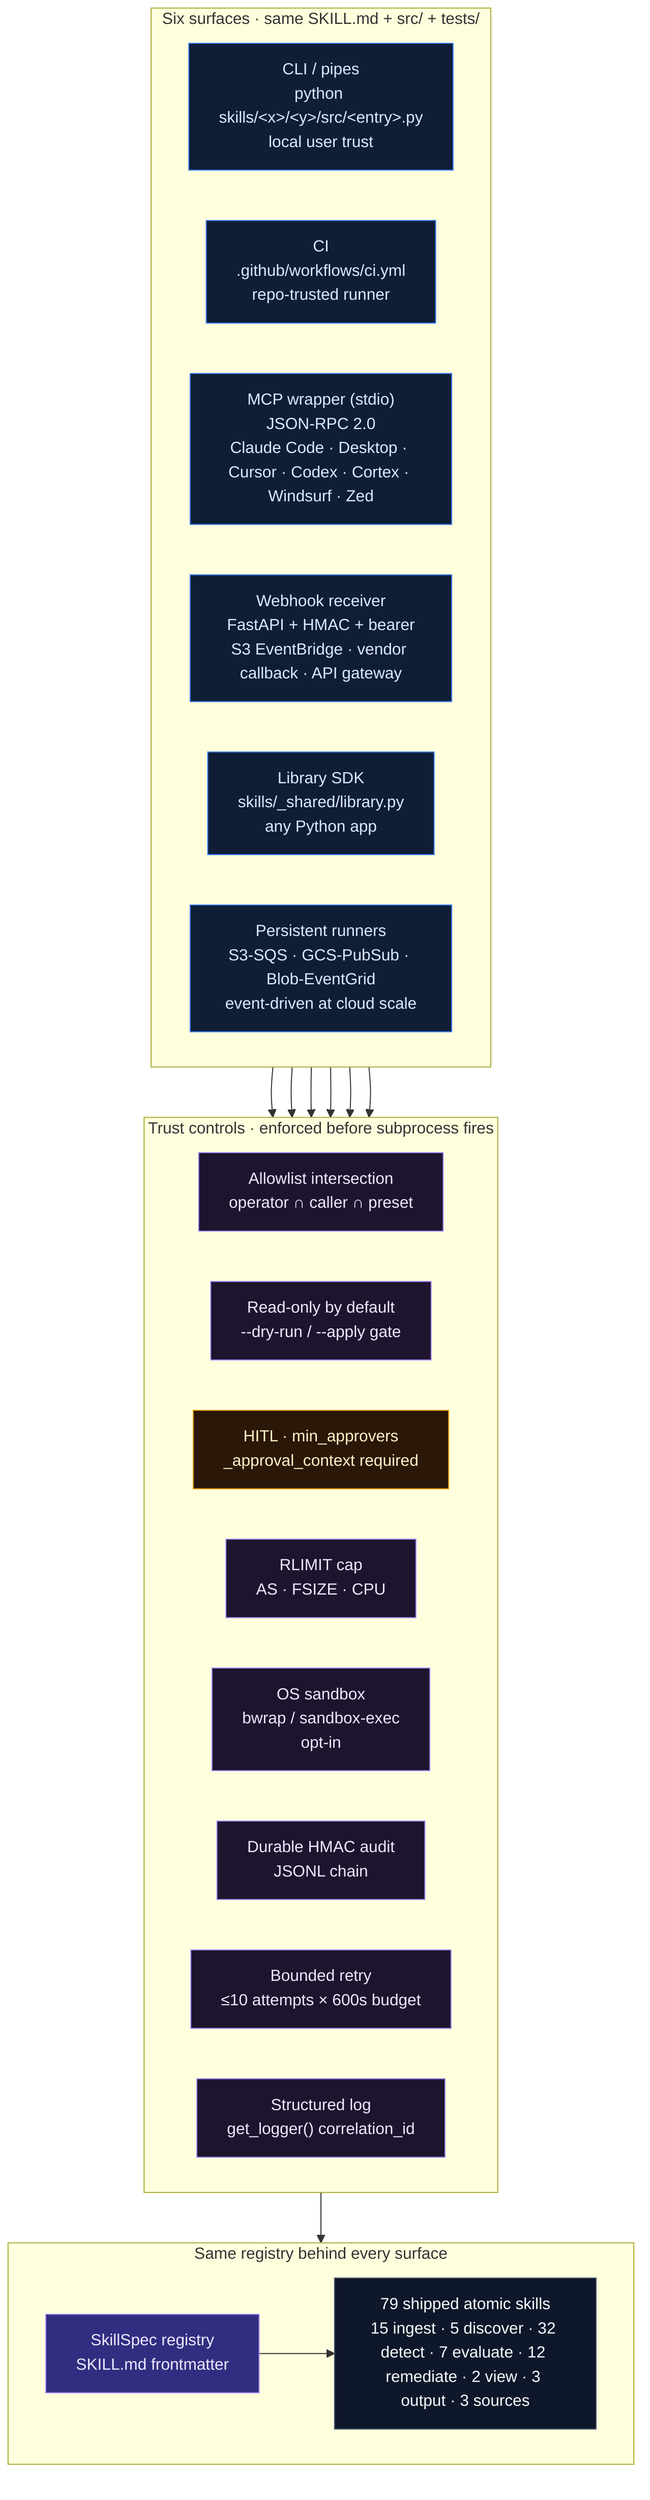
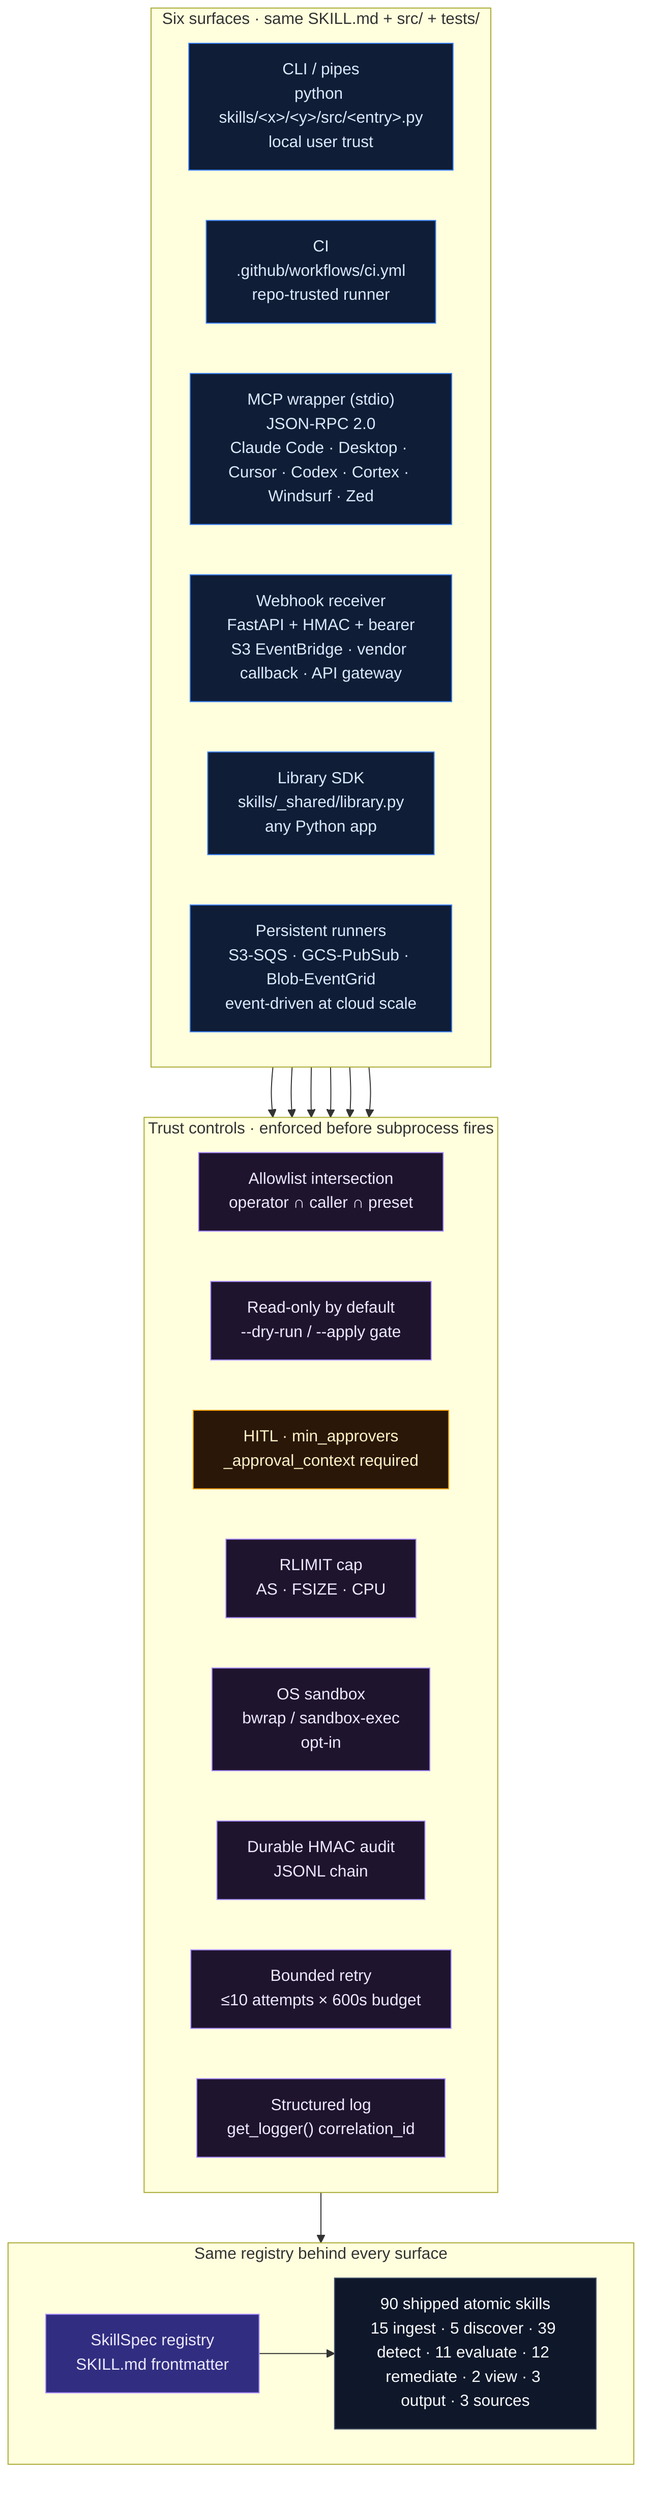
%% Surface comparison — six shipped surfaces with the same skill bundle
%% behind every one. Each surface adds its own transport + auth +
%% guardrail layer; every column converges at the SkillSpec registry
- %% and the 79 atomic skills below it.
+ %% and the 90 atomic skills below it.
flowchart TD
  classDef surface fill:#0f1d36,stroke:#3b82f6,color:#dbeafe
  classDef control fill:#1f142e,stroke:#a78bfa,color:#ede9fe
  classDef registry fill:#312e81,stroke:#a78bfa,color:#ede9fe
  classDef skills fill:#0f172a,stroke:#475569,color:#f8fafc
  classDef gate fill:#2a1708,stroke:#f59e0b,color:#fef3c7

  subgraph SURFACES["Six surfaces · same SKILL.md + src/ + tests/"]
    direction LR
    cli["CLI / pipes<br/>python skills/&lt;x&gt;/&lt;y&gt;/src/&lt;entry&gt;.py<br/>local user trust"]:::surface
    ci["CI<br/>.github/workflows/ci.yml<br/>repo-trusted runner"]:::surface
    mcp["MCP wrapper (stdio)<br/>JSON-RPC 2.0<br/>Claude Code · Desktop · Cursor · Codex · Cortex · Windsurf · Zed"]:::surface
    web["Webhook receiver<br/>FastAPI + HMAC + bearer<br/>S3 EventBridge · vendor callback · API gateway"]:::surface
    lib["Library SDK<br/>skills/_shared/library.py<br/>any Python app"]:::surface
    runners["Persistent runners<br/>S3-SQS · GCS-PubSub · Blob-EventGrid<br/>event-driven at cloud scale"]:::surface
  end

  subgraph CONTROLS["Trust controls · enforced before subprocess fires"]
    direction LR
    allow["Allowlist intersection<br/>operator ∩ caller ∩ preset"]:::control
    safewrite["Read-only by default<br/>--dry-run / --apply gate"]:::control
    hitl["HITL · min_approvers<br/>_approval_context required"]:::gate
    rlimit["RLIMIT cap<br/>AS · FSIZE · CPU"]:::control
    sandbox["OS sandbox<br/>bwrap / sandbox-exec<br/>opt-in"]:::control
    audit["Durable HMAC audit<br/>JSONL chain"]:::control
    retry["Bounded retry<br/>≤10 attempts × 600s budget"]:::control
    log["Structured log<br/>get_logger() correlation_id"]:::control
  end

  subgraph CORE["Same registry behind every surface"]
    direction LR
    registry["SkillSpec registry<br/>SKILL.md frontmatter"]:::registry
-     skills79["79 shipped atomic skills<br/>15 ingest · 5 discover · 32 detect · 7 evaluate · 12 remediate · 2 view · 3 output · 3 sources"]:::skills
+     skills79["90 shipped atomic skills<br/>15 ingest · 5 discover · 39 detect · 11 evaluate · 12 remediate · 2 view · 3 output · 3 sources"]:::skills
  end

  cli --> CONTROLS
  ci --> CONTROLS
  mcp --> CONTROLS
  web --> CONTROLS
  lib --> CONTROLS
  runners --> CONTROLS

  CONTROLS --> registry
  registry --> skills79
